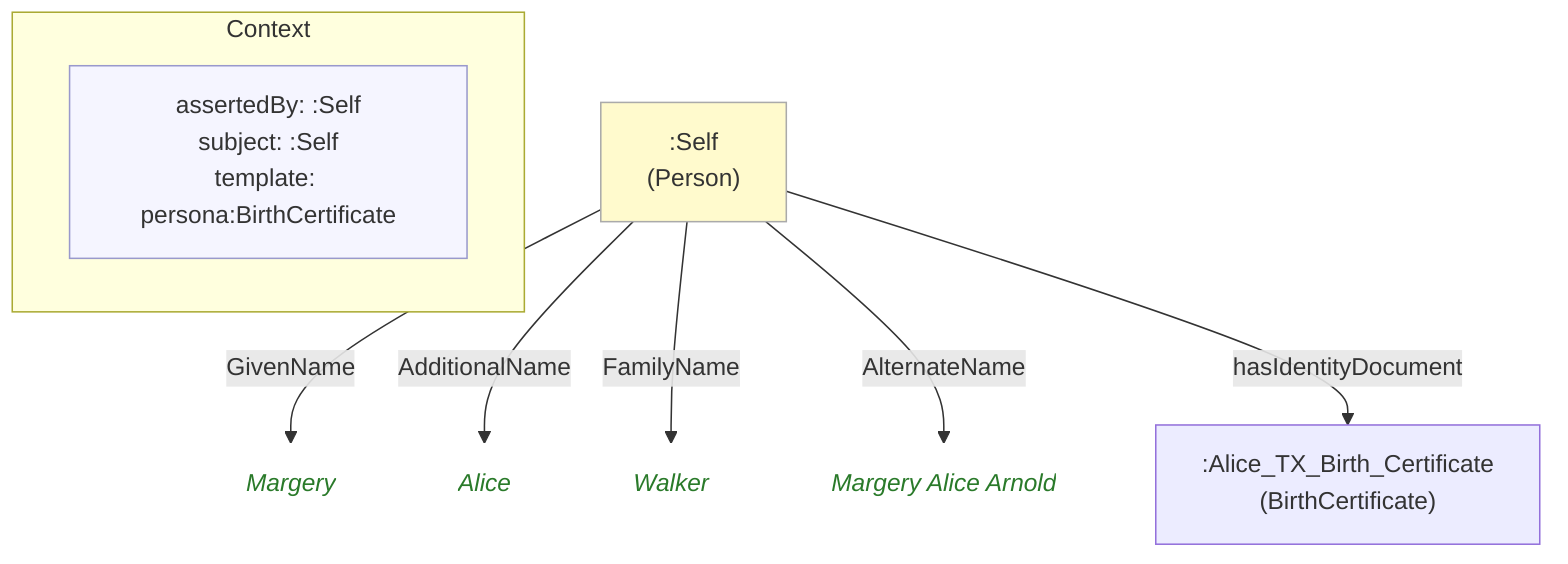
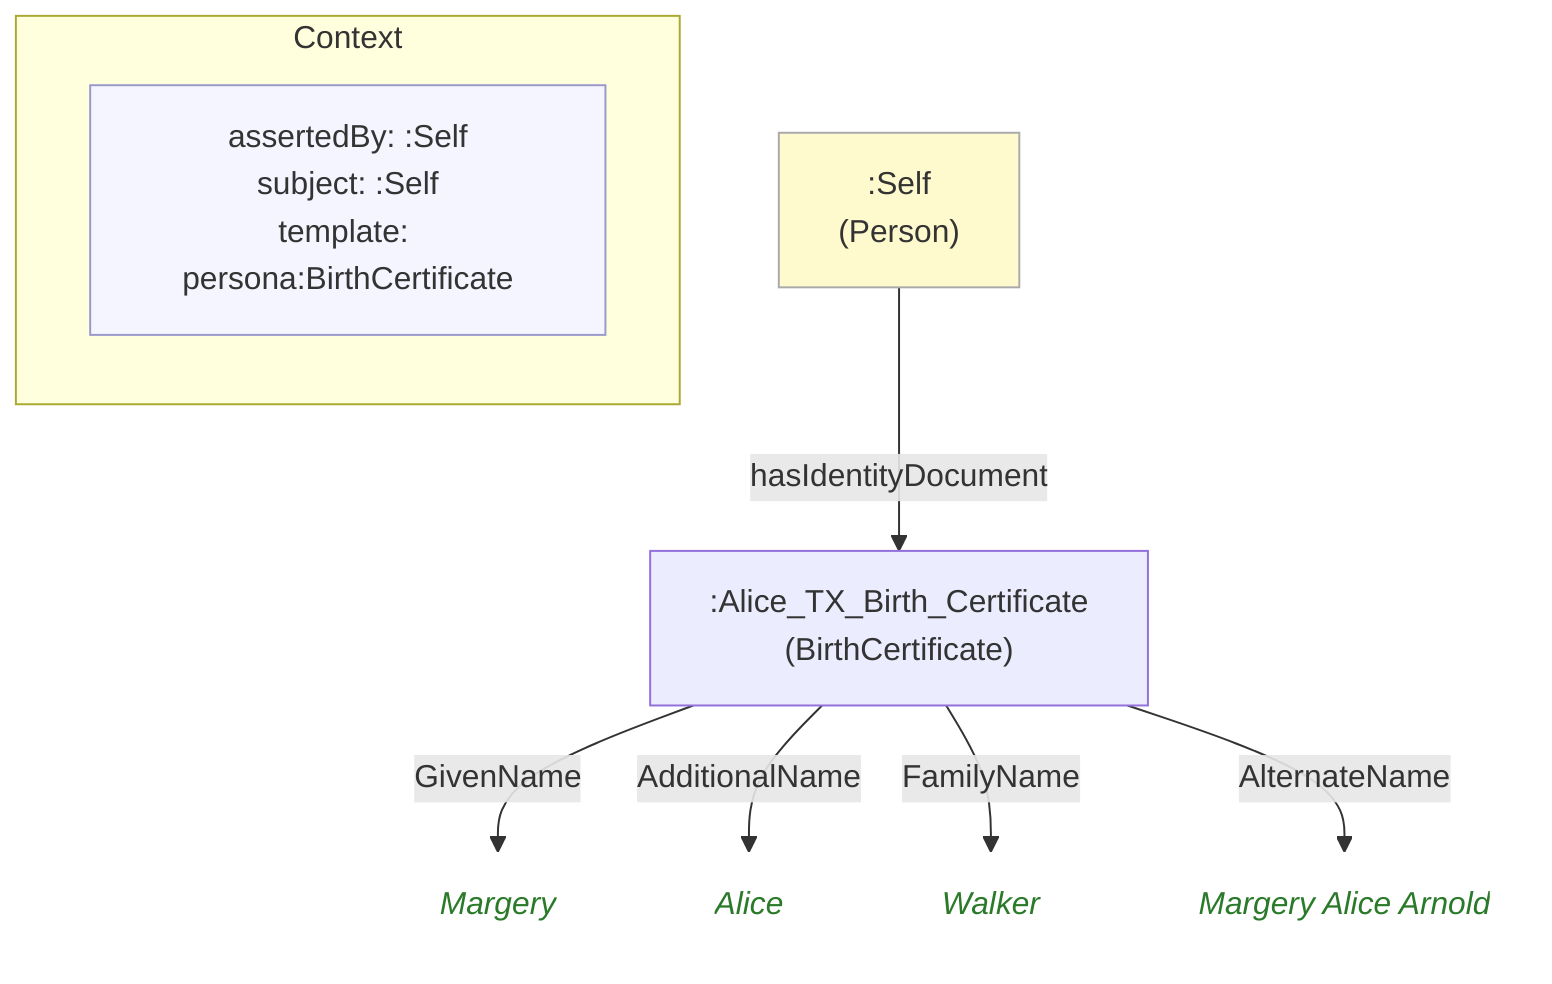
flowchart TD
    classDef person fill:#fffacd,stroke:#aaa,color:#333
    classDef grp    fill:#d4edda,stroke:#aaa,color:#333
    classDef org    fill:#cce5ff,stroke:#aaa,color:#333
    classDef lit    fill:none,stroke:none,font-style:italic,color:#2a7a2a
    classDef meta   fill:#f5f5ff,stroke:#9999cc,color:#333

    subgraph ctx["Context"]
        direction LR
        ctx_meta["assertedBy: :Self\nsubject: :Self\ntemplate: persona:BirthCertificate"]:::meta
    end

    n0b5b9e968f7f[":Alice_TX_Birth_Certificate\n(BirthCertificate)"]
+     nd167d359b709("Margery"):::lit
+     n11161251d9ba("Alice"):::lit
+     nfb86f2382e90("Walker"):::lit
+     n53decd48dcd0("Margery Alice Arnold"):::lit
    ne0c3ba92f1db[":Self\n(Person)"]:::person
-     neb74c94c67ee("Margery"):::lit
-     n9a86596b202d("Alice"):::lit
-     ncb4117b7b672("Walker"):::lit
-     nfa9e4bd637c5("Margery Alice Arnold"):::lit

-     ne0c3ba92f1db -->|"GivenName"| neb74c94c67ee
-     ne0c3ba92f1db -->|"AdditionalName"| n9a86596b202d
-     ne0c3ba92f1db -->|"FamilyName"| ncb4117b7b672
-     ne0c3ba92f1db -->|"AlternateName"| nfa9e4bd637c5
+     n0b5b9e968f7f -->|"GivenName"| nd167d359b709
+     n0b5b9e968f7f -->|"AdditionalName"| n11161251d9ba
+     n0b5b9e968f7f -->|"FamilyName"| nfb86f2382e90
+     n0b5b9e968f7f -->|"AlternateName"| n53decd48dcd0
    ne0c3ba92f1db -->|"hasIdentityDocument"| n0b5b9e968f7f
